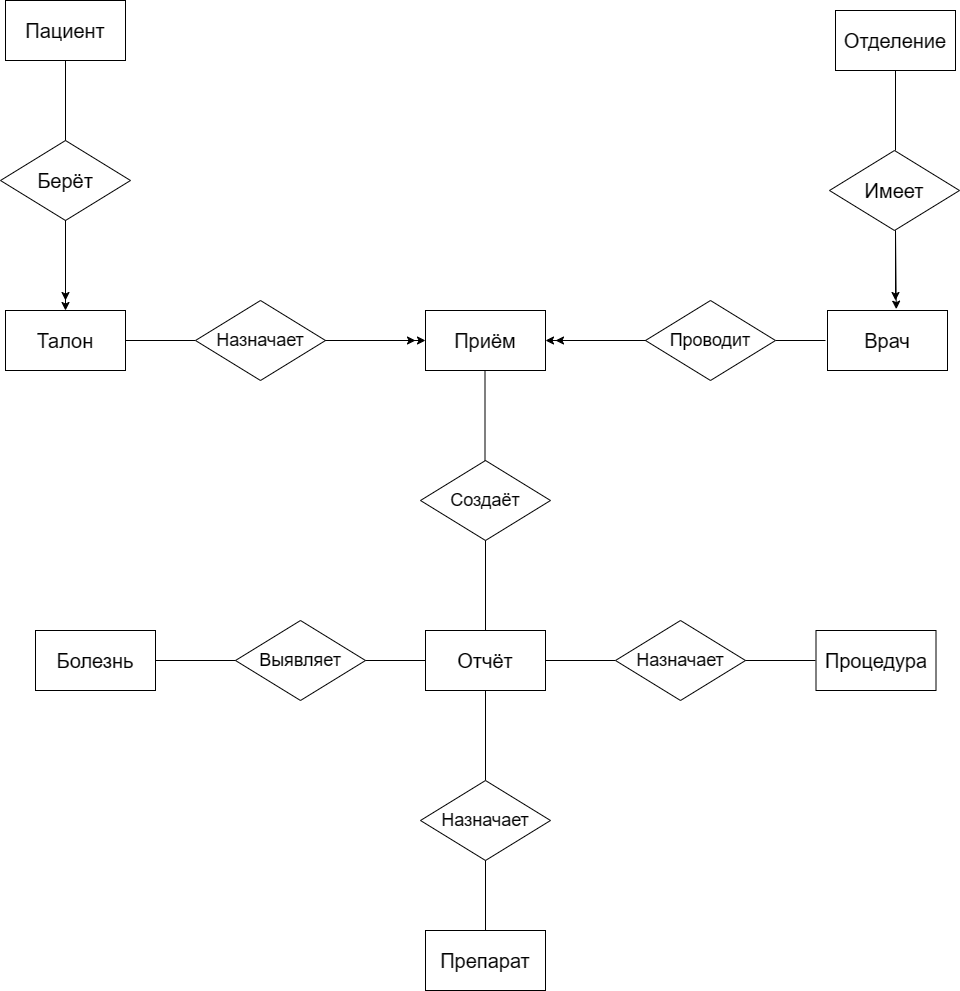
Above: Диаграмма без названия.drawio.png in dibovdmitry/Project (draw.io), before the change. Source tidied: cells renumbered, new cells last; positions are measured from the earlier drawing's top-left corner, leaving out a move shared by most shapes.
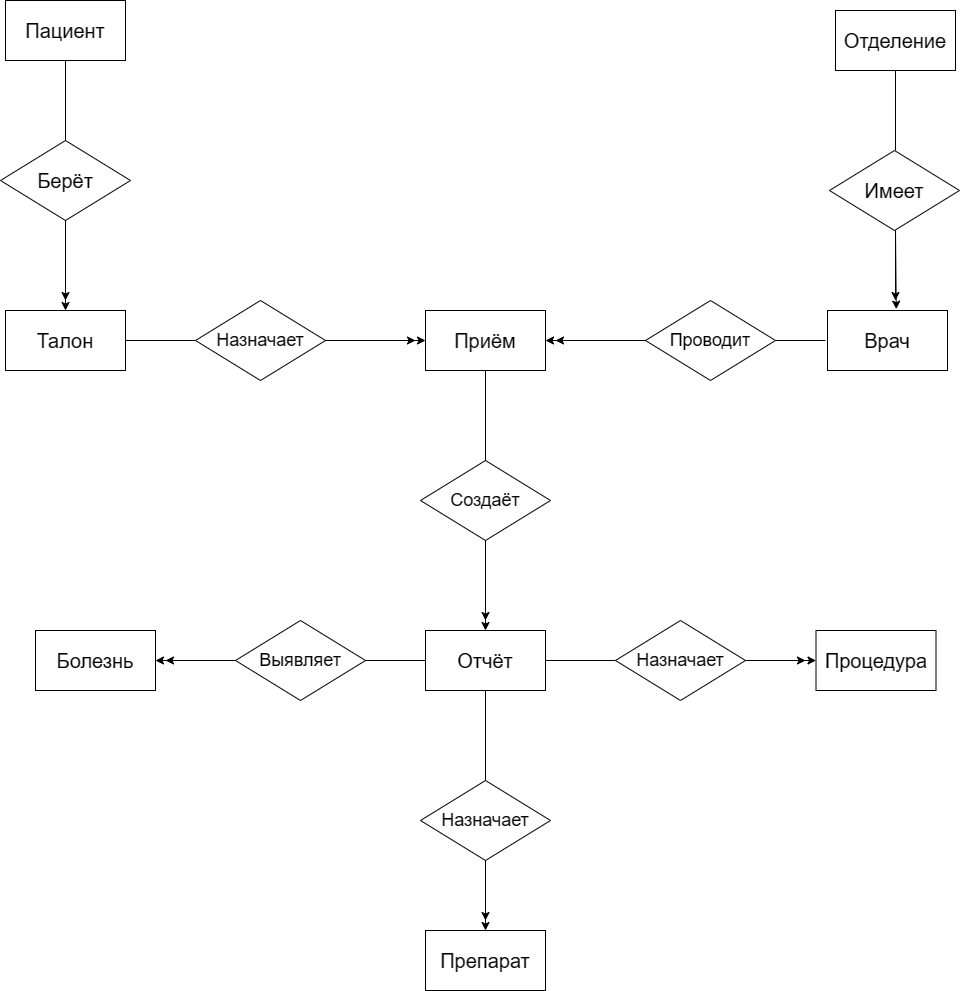
Later version of the same file.

Change to the diagram source:
```diff
@@ -53,21 +53,9 @@
     <mxCell id="14" value="Приём" style="rounded=0;whiteSpace=wrap;html=1;fontSize=20;" parent="1" vertex="1">
       <mxGeometry x="425" y="310" width="120" height="60" as="geometry" />
     </mxCell>
-    <mxCell id="15" style="endArrow=none;html=1;rounded=0;" parent="1" edge="1">
-      <mxGeometry relative="1" as="geometry">
-        <mxPoint x="484.5" y="460" as="sourcePoint" />
-        <mxPoint x="484.5" y="370" as="targetPoint" />
-      </mxGeometry>
-    </mxCell>
     <mxCell id="16" value="Создаёт" style="rhombus;whiteSpace=wrap;html=1;fontSize=18;" parent="1" vertex="1">
       <mxGeometry x="420" y="460" width="130" height="80" as="geometry" />
     </mxCell>
-    <mxCell id="17" style="endArrow=none;html=1;rounded=0;" parent="1" edge="1">
-      <mxGeometry relative="1" as="geometry">
-        <mxPoint x="485" y="640" as="sourcePoint" />
-        <mxPoint x="485" y="540" as="targetPoint" />
-      </mxGeometry>
-    </mxCell>
     <mxCell id="18" value="Отчёт" style="rounded=0;whiteSpace=wrap;html=1;fontSize=20;" parent="1" vertex="1">
       <mxGeometry x="425" y="630" width="120" height="60" as="geometry" />
     </mxCell>
@@ -77,6 +65,9 @@
         <mxPoint x="615" y="660" as="targetPoint" />
       </mxGeometry>
     </mxCell>
+    <mxCell id="39" style="edgeStyle=orthogonalEdgeStyle;rounded=0;jettySize=auto;html=1;" parent="1" edge="1" source="20" target="37">
+      <mxGeometry relative="1" as="geometry" />
+    </mxCell>
     <mxCell id="20" value="Назначает" style="rhombus;whiteSpace=wrap;html=1;fontSize=18;" parent="1" vertex="1">
       <mxGeometry x="615" y="620" width="130" height="80" as="geometry" />
     </mxCell>
@@ -97,24 +88,6 @@
         <mxPoint x="425" y="660" as="targetPoint" />
       </mxGeometry>
     </mxCell>
-    <mxCell id="25" style="endArrow=none;html=1;rounded=0;" parent="1" edge="1">
-      <mxGeometry relative="1" as="geometry">
-        <mxPoint x="745" y="660" as="sourcePoint" />
-        <mxPoint x="815" y="660" as="targetPoint" />
-      </mxGeometry>
-    </mxCell>
-    <mxCell id="26" style="endArrow=none;html=1;rounded=0;" parent="1" edge="1">
-      <mxGeometry relative="1" as="geometry">
-        <mxPoint x="485" y="930" as="sourcePoint" />
-        <mxPoint x="485" y="860" as="targetPoint" />
-      </mxGeometry>
-    </mxCell>
-    <mxCell id="27" style="endArrow=none;html=1;rounded=0;" parent="1" edge="1">
-      <mxGeometry relative="1" as="geometry">
-        <mxPoint x="155" y="660" as="sourcePoint" />
-        <mxPoint x="235" y="660" as="targetPoint" />
-      </mxGeometry>
-    </mxCell>
     <mxCell id="28" style="endArrow=classic;html=1;rounded=0;entryX=0.5;entryY=0;entryDx=0;entryDy=0;horizontal=1;" parent="1" edge="1" target="5">
       <mxGeometry relative="1" as="geometry">
         <mxPoint x="65" y="220" as="sourcePoint" />
@@ -168,5 +141,49 @@
     <mxCell id="38" value="Болезнь" style="rounded=0;whiteSpace=wrap;html=1;fontSize=20;" parent="1" vertex="1">
       <mxGeometry x="35" y="630" width="120" height="60" as="geometry" />
     </mxCell>
+    <mxCell id="40" style="endArrow=none;html=1;rounded=0;entryX=0.5;entryY=1;entryDx=0;entryDy=0;" parent="1" edge="1" target="14">
+      <mxGeometry relative="1" as="geometry">
+        <mxPoint x="485" y="460" as="sourcePoint" />
+      </mxGeometry>
+    </mxCell>
+    <mxCell id="41" style="endArrow=classic;html=1;rounded=0;entryX=0.5;entryY=0;entryDx=0;entryDy=0;" parent="1" edge="1" target="18">
+      <mxGeometry relative="1" as="geometry">
+        <mxPoint x="485" y="540" as="sourcePoint" />
+      </mxGeometry>
+    </mxCell>
+    <mxCell id="42" style="endArrow=classic;html=1;rounded=0;" parent="1" edge="1">
+      <mxGeometry relative="1" as="geometry">
+        <mxPoint x="485" y="540" as="sourcePoint" />
+        <mxPoint x="485" y="620" as="targetPoint" />
+      </mxGeometry>
+    </mxCell>
+    <mxCell id="43" style="endArrow=classic;html=1;rounded=0;entryX=1;entryY=0.5;entryDx=0;entryDy=0;" parent="1" edge="1" target="38">
+      <mxGeometry relative="1" as="geometry">
+        <mxPoint x="235" y="660" as="sourcePoint" />
+      </mxGeometry>
+    </mxCell>
+    <mxCell id="44" style="endArrow=classic;html=1;rounded=0;" parent="1" edge="1">
+      <mxGeometry relative="1" as="geometry">
+        <mxPoint x="235" y="660" as="sourcePoint" />
+        <mxPoint x="165" y="660" as="targetPoint" />
+      </mxGeometry>
+    </mxCell>
+    <mxCell id="45" style="endArrow=classic;html=1;rounded=0;" parent="1" edge="1">
+      <mxGeometry relative="1" as="geometry">
+        <mxPoint x="745" y="660" as="sourcePoint" />
+        <mxPoint x="805" y="660" as="targetPoint" />
+      </mxGeometry>
+    </mxCell>
+    <mxCell id="46" style="endArrow=classic;html=1;rounded=0;entryX=0.5;entryY=0;entryDx=0;entryDy=0;" parent="1" edge="1" target="36">
+      <mxGeometry relative="1" as="geometry">
+        <mxPoint x="485" y="860" as="sourcePoint" />
+      </mxGeometry>
+    </mxCell>
+    <mxCell id="47" style="endArrow=classic;html=1;rounded=0;" parent="1" edge="1">
+      <mxGeometry relative="1" as="geometry">
+        <mxPoint x="485" y="860" as="sourcePoint" />
+        <mxPoint x="485" y="920" as="targetPoint" />
+      </mxGeometry>
+    </mxCell>
   </root>
 </mxGraphModel>
```
